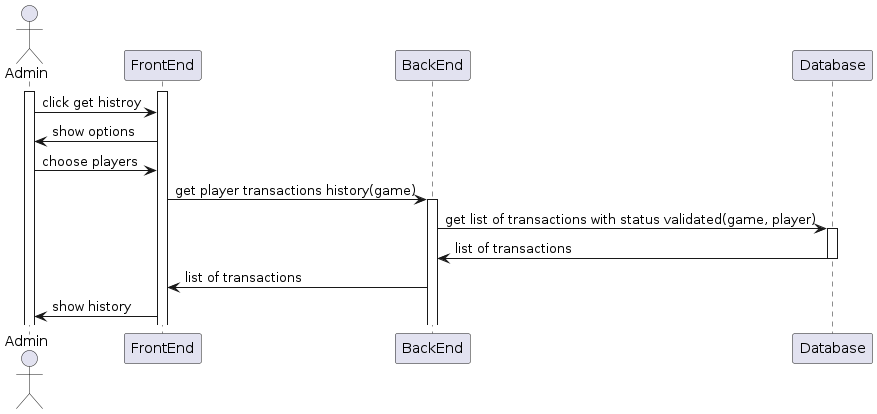
Above: thesis_tex/assets/diagrams/see_transaction_history_of_one_player_detailedSD.png in monoploy-game/thesis (PlantUML), before the change.
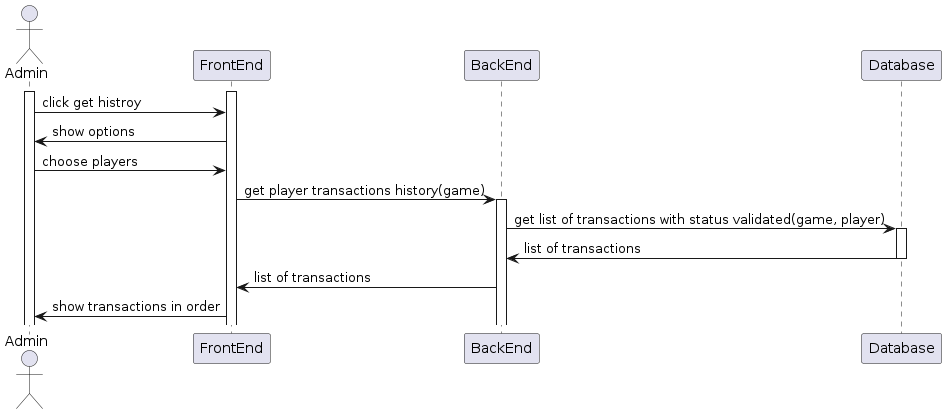
The same diagram one commit later.

The edit, as a diff of the source:
```diff
@@ -1,4 +1,4 @@
-@startuml "see transaction history of one player"
+@startuml
 
 actor Admin
 
@@ -20,6 +20,6 @@
 BackEnd -> FrontEnd : list of transactions
 
 
-FrontEnd -> Admin : show history
+FrontEnd -> Admin : show transactions in order
 
 @enduml
```
